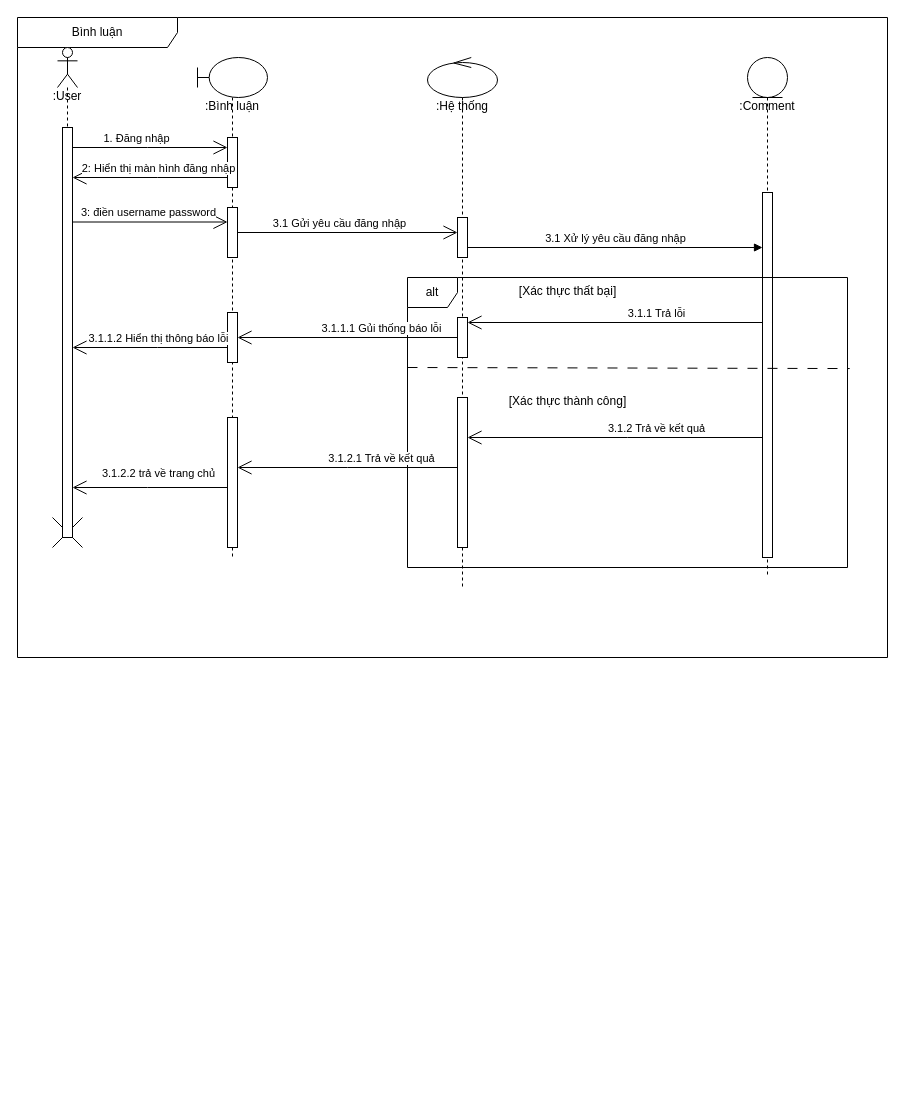
Above: page "Page-5" (5 of 10) of BlogProject/BlogProject/DangKySequence.drawio in TranThanhHoang123/Blog (draw.io), before the change. Source tidied: cells renumbered, new cells numbered last; positions are measured from the earlier drawing's top-left corner, leaving out a move shared by most shapes. Both pictures are drawn from the tidied source at 100%, with x=0, y=0 at pixel (17, 17).
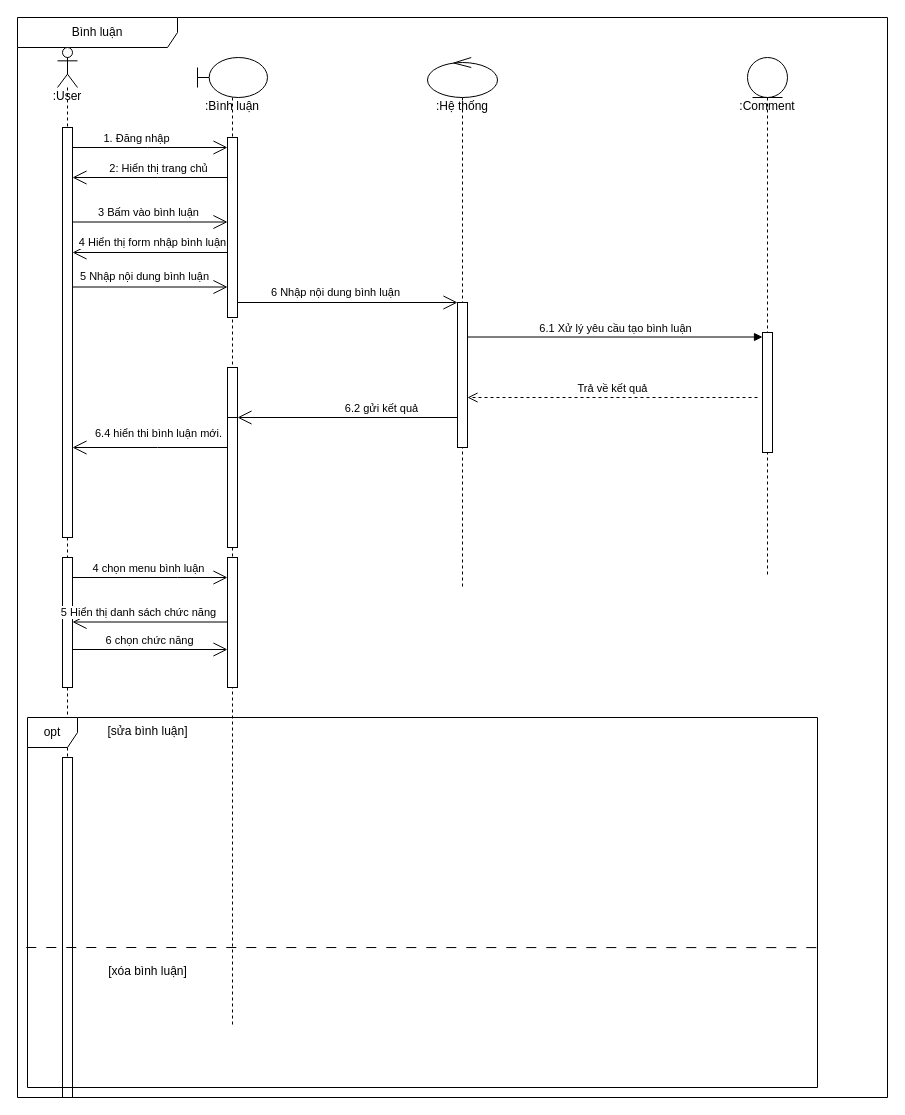
The same diagram, later.

Unchanged cells that the change refers to:
```xml
<mxCell id="5" style="html=1;points=[[0,0,0,0,5],[0,1,0,0,-5],[1,0,0,0,5],[1,1,0,0,-5]];perimeter=orthogonalPerimeter;outlineConnect=0;targetShapes=umlLifeline;portConstraint=eastwest;newEdgeStyle={&quot;curved&quot;:0,&quot;rounded&quot;:0};" parent="4" vertex="1">
  <mxGeometry x="5" y="80" width="10" height="410" as="geometry" />
</mxCell>
<mxCell id="8" style="html=1;points=[[0,0,0,0,5],[0,1,0,0,-5],[1,0,0,0,5],[1,1,0,0,-5]];perimeter=orthogonalPerimeter;outlineConnect=0;targetShapes=umlLifeline;portConstraint=eastwest;newEdgeStyle={&quot;curved&quot;:0,&quot;rounded&quot;:0};" parent="6" vertex="1">
  <mxGeometry x="30" y="360" width="10" height="130" as="geometry" />
</mxCell>
<mxCell id="9" value="&lt;div&gt;&lt;br&gt;&lt;/div&gt;&lt;div&gt;&lt;br&gt;&lt;/div&gt;&lt;div&gt;&lt;br&gt;&lt;/div&gt;&lt;div&gt;&lt;br&gt;&lt;/div&gt;&lt;div&gt;:Hệ thống&lt;/div&gt;" style="shape=umlLifeline;perimeter=lifelinePerimeter;whiteSpace=wrap;html=1;newEdgeStyle={&quot;curved&quot;:0,&quot;rounded&quot;:0};participant=umlControl;" parent="2" vertex="1">
  <mxGeometry x="410" y="40" width="70" height="530" as="geometry" />
</mxCell>
<mxCell id="13" value="&lt;div&gt;&lt;br&gt;&lt;/div&gt;&lt;div&gt;&lt;br&gt;&lt;/div&gt;&lt;div&gt;&lt;br&gt;&lt;/div&gt;&lt;div&gt;&lt;br&gt;&lt;/div&gt;&lt;div&gt;:Comment&lt;/div&gt;" style="shape=umlLifeline;perimeter=lifelinePerimeter;whiteSpace=wrap;html=1;newEdgeStyle={&quot;curved&quot;:0,&quot;rounded&quot;:0};participant=umlEntity;" parent="2" vertex="1">
  <mxGeometry x="730" y="40" width="40" height="520" as="geometry" />
</mxCell>
<mxCell id="18" style="endArrow=open;endFill=1;endSize=12;html=1;rounded=0;" parent="2" edge="1" source="15" target="5">
  <mxGeometry relative="1" as="geometry">
    <Array as="points">
      <mxPoint x="140" y="160" />
    </Array>
  </mxGeometry>
</mxCell>
<mxCell id="21" style="endArrow=open;endFill=1;endSize=12;html=1;rounded=0;" parent="2" edge="1">
  <mxGeometry relative="1" as="geometry">
    <mxPoint x="55" y="204.5" as="sourcePoint" />
    <mxPoint x="210" y="204.5" as="targetPoint" />
  </mxGeometry>
</mxCell>
```

What changed in the source:
```diff
@@
     <mxCell id="2" value="Bình luận" style="shape=umlFrame;whiteSpace=wrap;html=1;width=160;" parent="1" vertex="1">
-      <mxGeometry width="870" height="640" as="geometry" />
+      <mxGeometry width="870" height="1080" as="geometry" />
     </mxCell>
-    <mxCell id="3" style="shape=umlDestroy;html=1;" parent="2" vertex="1">
-      <mxGeometry x="35" y="500" width="30" height="30" as="geometry" />
-    </mxCell>
     <mxCell id="4" value="&lt;div&gt;&lt;br&gt;&lt;/div&gt;&lt;div&gt;&lt;br&gt;&lt;/div&gt;&lt;div&gt;&lt;br&gt;&lt;/div&gt;&lt;div&gt;&lt;br&gt;&lt;/div&gt;&lt;div&gt;&lt;span style=&quot;background-color: initial;&quot;&gt;:User&lt;/span&gt;&lt;br&gt;&lt;/div&gt;" style="shape=umlLifeline;perimeter=lifelinePerimeter;whiteSpace=wrap;html=1;newEdgeStyle={&quot;curved&quot;:0,&quot;rounded&quot;:0};participant=umlActor;size=40;" parent="2" vertex="1">
-      <mxGeometry x="40" y="30" width="20" height="480" as="geometry" />
+      <mxGeometry x="40" y="30" width="20" height="1050" as="geometry" />
     </mxCell>
@@
+    <mxCell id="42" style="html=1;perimeter=orthogonalPerimeter;targetShapes=umlLifeline;newEdgeStyle={&quot;curved&quot;:0,&quot;rounded&quot;:0};" parent="4" vertex="1">
+      <mxGeometry x="5" y="510" width="10" height="130" as="geometry" />
+    </mxCell>
+    <mxCell id="43" style="html=1;perimeter=orthogonalPerimeter;targetShapes=umlLifeline;newEdgeStyle={&quot;curved&quot;:0,&quot;rounded&quot;:0};" parent="4" vertex="1">
+      <mxGeometry x="5" y="710" width="10" height="340" as="geometry" />
+    </mxCell>
     <mxCell id="6" value="&lt;div&gt;&lt;br&gt;&lt;/div&gt;&lt;div&gt;&lt;br&gt;&lt;/div&gt;&lt;div&gt;&lt;br&gt;&lt;/div&gt;&lt;div&gt;&lt;br&gt;&lt;/div&gt;&lt;div&gt;:Bình luận&lt;/div&gt;" style="shape=umlLifeline;perimeter=lifelinePerimeter;whiteSpace=wrap;html=1;newEdgeStyle={&quot;curved&quot;:0,&quot;rounded&quot;:0};participant=umlBoundary;" parent="2" vertex="1">
-      <mxGeometry x="180" y="40" width="70" height="500" as="geometry" />
+      <mxGeometry x="180" y="40" width="70" height="970" as="geometry" />
     </mxCell>
     <mxCell id="7" style="html=1;points=[[0,0,0,0,5],[0,1,0,0,-5],[1,0,0,0,5],[1,1,0,0,-5]];perimeter=orthogonalPerimeter;outlineConnect=0;targetShapes=umlLifeline;portConstraint=eastwest;newEdgeStyle={&quot;curved&quot;:0,&quot;rounded&quot;:0};" parent="6" vertex="1">
-      <mxGeometry x="30" y="255" width="10" height="50" as="geometry" />
+      <mxGeometry x="30" y="310" width="10" height="50" as="geometry" />
     </mxCell>
@@
+    <mxCell id="44" style="html=1;points=[[0,0,0,0,5],[0,1,0,0,-5],[1,0,0,0,5],[1,1,0,0,-5]];perimeter=orthogonalPerimeter;outlineConnect=0;targetShapes=umlLifeline;portConstraint=eastwest;newEdgeStyle={&quot;curved&quot;:0,&quot;rounded&quot;:0};" parent="6" vertex="1">
+      <mxGeometry x="30" y="500" width="10" height="130" as="geometry" />
+    </mxCell>
@@
     <mxCell id="10" style="html=1;points=[[0,0,0,0,5],[0,1,0,0,-5],[1,0,0,0,5],[1,1,0,0,-5]];perimeter=orthogonalPerimeter;outlineConnect=0;targetShapes=umlLifeline;portConstraint=eastwest;newEdgeStyle={&quot;curved&quot;:0,&quot;rounded&quot;:0};" parent="9" vertex="1">
-      <mxGeometry x="30" y="160" width="10" height="40" as="geometry" />
+      <mxGeometry x="30" y="245" width="10" height="145" as="geometry" />
     </mxCell>
-    <mxCell id="11" style="html=1;points=[[0,0,0,0,5],[0,1,0,0,-5],[1,0,0,0,5],[1,1,0,0,-5]];perimeter=orthogonalPerimeter;outlineConnect=0;targetShapes=umlLifeline;portConstraint=eastwest;newEdgeStyle={&quot;curved&quot;:0,&quot;rounded&quot;:0};" parent="9" vertex="1">
-      <mxGeometry x="30" y="260" width="10" height="40" as="geometry" />
-    </mxCell>
-    <mxCell id="12" style="html=1;points=[[0,0,0,0,5],[0,1,0,0,-5],[1,0,0,0,5],[1,1,0,0,-5]];perimeter=orthogonalPerimeter;outlineConnect=0;targetShapes=umlLifeline;portConstraint=eastwest;newEdgeStyle={&quot;curved&quot;:0,&quot;rounded&quot;:0};" parent="9" vertex="1">
-      <mxGeometry x="30" y="340" width="10" height="150" as="geometry" />
-    </mxCell>
@@
     <mxCell id="14" style="html=1;points=[[0,0,0,0,5],[0,1,0,0,-5],[1,0,0,0,5],[1,1,0,0,-5]];perimeter=orthogonalPerimeter;outlineConnect=0;targetShapes=umlLifeline;portConstraint=eastwest;newEdgeStyle={&quot;curved&quot;:0,&quot;rounded&quot;:0};" parent="13" vertex="1">
-      <mxGeometry x="15" y="135" width="10" height="365" as="geometry" />
+      <mxGeometry x="15" y="275" width="10" height="120" as="geometry" />
     </mxCell>
     <mxCell id="15" style="html=1;points=[[0,0,0,0,5],[0,1,0,0,-5],[1,0,0,0,5],[1,1,0,0,-5]];perimeter=orthogonalPerimeter;outlineConnect=0;targetShapes=umlLifeline;portConstraint=eastwest;newEdgeStyle={&quot;curved&quot;:0,&quot;rounded&quot;:0};" parent="2" vertex="1">
-      <mxGeometry x="210" y="120" width="10" height="50" as="geometry" />
+      <mxGeometry x="210" y="120" width="10" height="180" as="geometry" />
     </mxCell>
@@
-    <mxCell id="19" value="2: Hiển thị màn hình đăng nhập" style="edgeLabel;html=1;align=center;verticalAlign=middle;" parent="18" vertex="1">
+    <mxCell id="19" value="2: Hiển thị trang chủ" style="edgeLabel;html=1;align=center;verticalAlign=middle;" parent="18" vertex="1">
       <mxGeometry x="-0.19" relative="1" as="geometry">
         <mxPoint x="-7" y="-10" as="offset" />
       </mxGeometry>
     </mxCell>
-    <mxCell id="20" style="html=1;points=[[0,0,0,0,5],[0,1,0,0,-5],[1,0,0,0,5],[1,1,0,0,-5]];perimeter=orthogonalPerimeter;outlineConnect=0;targetShapes=umlLifeline;portConstraint=eastwest;newEdgeStyle={&quot;curved&quot;:0,&quot;rounded&quot;:0};" parent="2" vertex="1">
-      <mxGeometry x="210" y="190" width="10" height="50" as="geometry" />
-    </mxCell>
@@
-    <mxCell id="22" value="3: điền username password" style="edgeLabel;html=1;align=center;verticalAlign=middle;" parent="21" vertex="1">
+    <mxCell id="22" value="3 Bấm vào bình luận" style="edgeLabel;html=1;align=center;verticalAlign=middle;" parent="21" vertex="1">
       <mxGeometry x="-0.19" relative="1" as="geometry">
         <mxPoint x="12" y="-10" as="offset" />
       </mxGeometry>
     </mxCell>
-    <mxCell id="23" style="endArrow=open;endFill=1;endSize=12;html=1;rounded=0;" parent="2" edge="1" source="20" target="10">
-      <mxGeometry relative="1" as="geometry" />
-    </mxCell>
-    <mxCell id="24" value="3.1 Gửi yêu cầu đăng nhập" style="edgeLabel;html=1;align=center;verticalAlign=middle;" parent="23" vertex="1">
-      <mxGeometry x="-0.19" relative="1" as="geometry">
-        <mxPoint x="12" y="-10" as="offset" />
-      </mxGeometry>
-    </mxCell>
-    <mxCell id="25" value="alt" style="shape=umlFrame;whiteSpace=wrap;html=1;width=50;" parent="2" vertex="1">
-      <mxGeometry x="390" y="260" width="440" height="290" as="geometry" />
-    </mxCell>
-    <mxCell id="26" value="[Xác thực thất bại]" style="text;align=center;html=1;" parent="25" vertex="1">
-      <mxGeometry width="100" height="20" relative="1" as="geometry">
-        <mxPoint x="110" as="offset" />
-      </mxGeometry>
-    </mxCell>
-    <mxCell id="27" value="[Xác thực thành công]" style="text;align=center;html=1;" parent="25" vertex="1">
-      <mxGeometry x="110" y="110" width="100" height="20" as="geometry" />
-    </mxCell>
-    <mxCell id="28" style="endArrow=none;startArrow=none;endFill=0;startFill=0;endSize=8;html=1;verticalAlign=bottom;dashed=1;labelBackgroundColor=none;dashPattern=10 10;rounded=0;entryX=1.005;entryY=0.314;entryDx=0;entryDy=0;entryPerimeter=0;exitX=-0.007;exitY=0.489;exitDx=0;exitDy=0;exitPerimeter=0;" parent="25" edge="1" target="25">
-      <mxGeometry relative="1" as="geometry">
-        <mxPoint y="90" as="sourcePoint" />
-      </mxGeometry>
-    </mxCell>
-    <mxCell id="29" style="endArrow=open;endFill=1;endSize=12;html=1;rounded=0;" parent="25" edge="1">
-      <mxGeometry relative="1" as="geometry">
-        <mxPoint x="50" y="190" as="sourcePoint" />
-        <mxPoint x="-170" y="190" as="targetPoint" />
-        <Array as="points">
-          <mxPoint x="-60" y="190" />
-        </Array>
-      </mxGeometry>
-    </mxCell>
-    <mxCell id="30" value="3.1.2.1 Trả về kết quả" style="edgeLabel;html=1;align=center;verticalAlign=middle;" parent="29" vertex="1">
-      <mxGeometry x="-0.19" relative="1" as="geometry">
-        <mxPoint x="12" y="-10" as="offset" />
-      </mxGeometry>
-    </mxCell>
-    <mxCell id="31" style="endArrow=open;endFill=1;endSize=12;html=1;rounded=0;" parent="2" edge="1" source="11" target="7">
-      <mxGeometry relative="1" as="geometry" />
+    <mxCell id="31" style="endArrow=open;endFill=1;endSize=12;html=1;rounded=0;" parent="2" edge="1">
+      <mxGeometry relative="1" as="geometry">
+        <mxPoint x="440" y="400" as="sourcePoint" />
+        <mxPoint x="220" y="400" as="targetPoint" />
+      </mxGeometry>
     </mxCell>
-    <mxCell id="32" value="3.1.1.1 Gủi thống báo lỗi" style="edgeLabel;html=1;align=center;verticalAlign=middle;" parent="31" vertex="1">
+    <mxCell id="32" value="6.2 gửi kết quả" style="edgeLabel;html=1;align=center;verticalAlign=middle;" parent="31" vertex="1">
       <mxGeometry x="-0.19" relative="1" as="geometry">
         <mxPoint x="12" y="-10" as="offset" />
       </mxGeometry>
     </mxCell>
-    <mxCell id="33" style="endArrow=open;endFill=1;endSize=12;html=1;rounded=0;" parent="2" edge="1" source="7" target="5">
-      <mxGeometry relative="1" as="geometry">
-        <Array as="points">
-          <mxPoint x="140" y="330" />
-        </Array>
-      </mxGeometry>
-    </mxCell>
-    <mxCell id="34" value="3.1.1.2 Hiển thị thông báo lỗi" style="edgeLabel;html=1;align=center;verticalAlign=middle;" parent="33" vertex="1">
-      <mxGeometry x="-0.19" relative="1" as="geometry">
-        <mxPoint x="-7" y="-10" as="offset" />
-      </mxGeometry>
-    </mxCell>
-    <mxCell id="35" style="endArrow=open;endFill=1;endSize=12;html=1;rounded=0;entryX=1;entryY=0;entryDx=0;entryDy=5;entryPerimeter=0;" parent="2" edge="1" source="14" target="11">
-      <mxGeometry relative="1" as="geometry" />
-    </mxCell>
-    <mxCell id="36" value="3.1.1 Trả lỗi" style="edgeLabel;html=1;align=center;verticalAlign=middle;" parent="35" vertex="1">
-      <mxGeometry x="-0.19" relative="1" as="geometry">
-        <mxPoint x="12" y="-10" as="offset" />
-      </mxGeometry>
-    </mxCell>
     <mxCell id="37" style="endArrow=open;endFill=1;endSize=12;html=1;rounded=0;" parent="2" edge="1" source="8" target="5">
       <mxGeometry relative="1" as="geometry">
         <Array as="points">
-          <mxPoint x="130" y="470" />
+          <mxPoint x="140" y="430" />
         </Array>
       </mxGeometry>
     </mxCell>
-    <mxCell id="38" value="3.1.2.2 trả về trang chủ" style="edgeLabel;html=1;align=center;verticalAlign=middle;" parent="37" vertex="1">
+    <mxCell id="38" value="6.4 hiển thi bình luận mới." style="edgeLabel;html=1;align=center;verticalAlign=middle;" parent="37" vertex="1">
       <mxGeometry x="-0.19" relative="1" as="geometry">
         <mxPoint x="-7" y="-15" as="offset" />
       </mxGeometry>
     </mxCell>
-    <mxCell id="39" style="endArrow=open;endFill=1;endSize=12;html=1;rounded=0;" parent="2" edge="1" source="14" target="12">
-      <mxGeometry relative="1" as="geometry">
-        <Array as="points">
-          <mxPoint x="610" y="420" />
-        </Array>
-      </mxGeometry>
-    </mxCell>
-    <mxCell id="40" value="3.1.2 Trả về kết quả" style="edgeLabel;html=1;align=center;verticalAlign=middle;" parent="39" vertex="1">
-      <mxGeometry x="-0.19" relative="1" as="geometry">
-        <mxPoint x="12" y="-10" as="offset" />
-      </mxGeometry>
-    </mxCell>
-    <mxCell id="41" value="3.1 Xử lý yêu cầu đăng nhập" style="html=1;verticalAlign=bottom;endArrow=block;curved=0;rounded=0;" parent="2" edge="1">
+    <mxCell id="41" value="6.1 Xử lý yêu cầu tạo bình luận" style="html=1;verticalAlign=bottom;endArrow=block;curved=0;rounded=0;" parent="2" edge="1">
       <mxGeometry relative="1" as="geometry">
-        <mxPoint x="450" y="230" as="sourcePoint" />
-        <mxPoint x="745" y="230" as="targetPoint" />
+        <mxPoint x="450" y="319.5" as="sourcePoint" />
+        <mxPoint x="745" y="319.5" as="targetPoint" />
       </mxGeometry>
     </mxCell>
+    <mxCell id="45" style="endArrow=open;endFill=1;endSize=12;html=1;rounded=0;" parent="2" edge="1">
+      <mxGeometry relative="1" as="geometry">
+        <mxPoint x="210" y="235" as="sourcePoint" />
+        <mxPoint x="55" y="235" as="targetPoint" />
+      </mxGeometry>
+    </mxCell>
+    <mxCell id="46" value="4 Hiển thị form nhập bình luận" style="edgeLabel;html=1;align=center;verticalAlign=middle;" parent="45" vertex="1">
+      <mxGeometry x="-0.19" relative="1" as="geometry">
+        <mxPoint x="-13" y="-11" as="offset" />
+      </mxGeometry>
+    </mxCell>
+    <mxCell id="47" style="endArrow=open;endFill=1;endSize=12;html=1;rounded=0;" parent="2" edge="1">
+      <mxGeometry relative="1" as="geometry">
+        <mxPoint x="55" y="269.5" as="sourcePoint" />
+        <mxPoint x="210" y="269.5" as="targetPoint" />
+      </mxGeometry>
+    </mxCell>
+    <mxCell id="48" value="5 Nhập nội dung bình luận" style="edgeLabel;html=1;align=center;verticalAlign=middle;" parent="47" vertex="1">
+      <mxGeometry x="-0.19" relative="1" as="geometry">
+        <mxPoint x="8" y="-11" as="offset" />
+      </mxGeometry>
+    </mxCell>
+    <mxCell id="49" style="endArrow=open;endFill=1;endSize=12;html=1;rounded=0;" parent="2" edge="1" source="15" target="10">
+      <mxGeometry relative="1" as="geometry" />
+    </mxCell>
+    <mxCell id="50" value="6 Nhập nội dung bình luận" style="edgeLabel;html=1;align=center;verticalAlign=middle;" parent="49" vertex="1">
+      <mxGeometry x="-0.19" relative="1" as="geometry">
+        <mxPoint x="8" y="-11" as="offset" />
+      </mxGeometry>
+    </mxCell>
+    <mxCell id="51" value="Trả về kết quả" style="endArrow=open;startArrow=none;endFill=0;startFill=0;endSize=8;html=1;verticalAlign=bottom;dashed=1;labelBackgroundColor=none;rounded=0;" parent="2" edge="1" target="10">
+      <mxGeometry relative="1" as="geometry">
+        <mxPoint x="740" y="380" as="sourcePoint" />
+      </mxGeometry>
+    </mxCell>
+    <mxCell id="52" value="opt" style="shape=umlFrame;whiteSpace=wrap;html=1;width=50;" parent="2" vertex="1">
+      <mxGeometry x="10" y="700" width="790" height="370" as="geometry" />
+    </mxCell>
+    <mxCell id="53" value="[sửa bình luận]" style="text;align=center;html=1;" parent="52" vertex="1">
+      <mxGeometry width="100" height="20" relative="1" as="geometry">
+        <mxPoint x="70" as="offset" />
+      </mxGeometry>
+    </mxCell>
+    <mxCell id="54" value="[xóa bình luận]" style="text;align=center;html=1;" parent="52" vertex="1">
+      <mxGeometry x="70" y="240" width="100" height="30" as="geometry" />
+    </mxCell>
+    <mxCell id="55" style="endArrow=none;startArrow=none;endFill=0;startFill=0;endSize=8;html=1;verticalAlign=bottom;dashed=1;labelBackgroundColor=none;dashPattern=10 10;rounded=0;entryX=1.003;entryY=0.396;entryDx=0;entryDy=0;entryPerimeter=0;exitX=0.002;exitY=0.221;exitDx=0;exitDy=0;exitPerimeter=0;" parent="52" edge="1">
+      <mxGeometry relative="1" as="geometry">
+        <mxPoint x="-1.2" y="230" as="sourcePoint" />
+        <mxPoint x="791.2" y="230.1" as="targetPoint" />
+      </mxGeometry>
+    </mxCell>
+    <mxCell id="56" style="endArrow=open;endFill=1;endSize=12;html=1;rounded=0;" parent="2" edge="1" target="44">
+      <mxGeometry relative="1" as="geometry">
+        <mxPoint x="55" y="560" as="sourcePoint" />
+        <Array as="points">
+          <mxPoint x="160" y="560" />
+        </Array>
+      </mxGeometry>
+    </mxCell>
+    <mxCell id="57" value="4 chọn menu bình luận" style="edgeLabel;html=1;align=center;verticalAlign=middle;" parent="56" vertex="1">
+      <mxGeometry x="-0.19" relative="1" as="geometry">
+        <mxPoint x="12" y="-10" as="offset" />
+      </mxGeometry>
+    </mxCell>
+    <mxCell id="58" style="endArrow=open;endFill=1;endSize=12;html=1;rounded=0;" parent="2" edge="1" source="44">
+      <mxGeometry relative="1" as="geometry">
+        <mxPoint x="55" y="604.5" as="targetPoint" />
+      </mxGeometry>
+    </mxCell>
+    <mxCell id="59" value="5 Hiển thị danh sách chức năng" style="edgeLabel;html=1;align=center;verticalAlign=middle;" parent="58" vertex="1">
+      <mxGeometry x="-0.19" relative="1" as="geometry">
+        <mxPoint x="-27" y="-10" as="offset" />
+      </mxGeometry>
+    </mxCell>
+    <mxCell id="60" style="endArrow=open;endFill=1;endSize=12;html=1;rounded=0;" parent="2" edge="1" target="44">
+      <mxGeometry relative="1" as="geometry">
+        <mxPoint x="55" y="632" as="sourcePoint" />
+      </mxGeometry>
+    </mxCell>
+    <mxCell id="61" value="6 chọn chức năng" style="edgeLabel;html=1;align=center;verticalAlign=middle;" parent="60" vertex="1">
+      <mxGeometry x="-0.19" relative="1" as="geometry">
+        <mxPoint x="13" y="-10" as="offset" />
+      </mxGeometry>
+    </mxCell>
```
